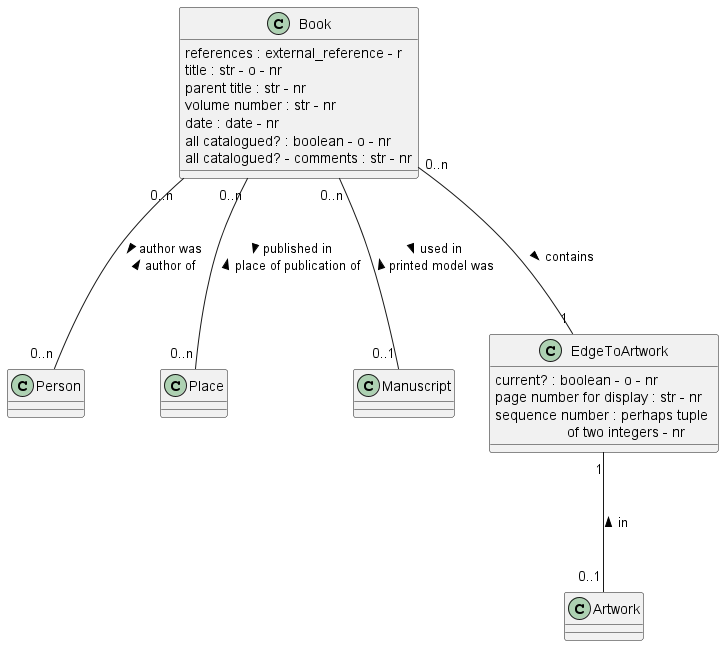
The PlantUML diagram documentation/class_diagrams/Book.png in tmasch/bpf_be, before a commit.
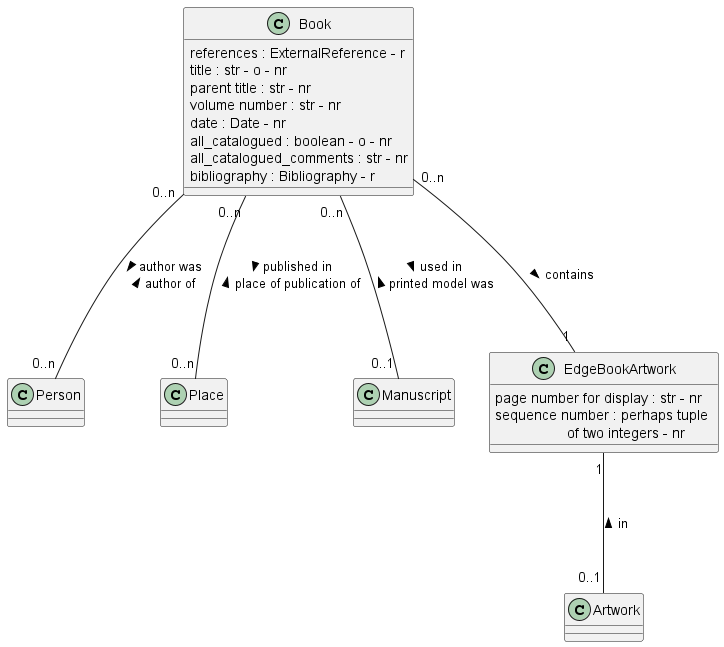
The same diagram one commit later.

What changed in the source:
```diff
@@ -1,12 +1,13 @@
 @startuml
 class Book
-Book : references : external_reference - r
+Book : references : ExternalReference - r
 Book : title : str - o - nr
 Book : parent title : str - nr
 Book : volume number : str - nr
-Book : date : date - nr
-Book : all catalogued? : boolean - o - nr
-Book : all catalogued? - comments : str - nr
+Book : date : Date - nr
+Book : all_catalogued : boolean - o - nr
+Book : all_catalogued_comments : str - nr
+Book : bibliography : Bibliography - r
 
 class Person
 
@@ -14,10 +15,9 @@
 
 class Manuscript
 
-class EdgeToArtwork
-EdgeToArtwork : current? : boolean - o - nr
-EdgeToArtwork : page number for display : str - nr
-EdgeToArtwork : sequence number : perhaps tuple \n                  of two integers - nr
+class EdgeBookArtwork
+EdgeBookArtwork : page number for display : str - nr
+EdgeBookArtwork : sequence number : perhaps tuple \n                  of two integers - nr
 
 class Artwork
 
@@ -27,8 +27,8 @@
 
 Book "0..n" --- "0..1" Manuscript : > used in  \n printed model was <
 
-Book "0..n" --- "1" EdgeToArtwork : contains >
+Book "0..n" --- "1" EdgeBookArtwork : contains >
 
-EdgeToArtwork "1" --- "0..1" Artwork : in <
+EdgeBookArtwork "1" --- "0..1" Artwork : in <
 
 @enduml
```
